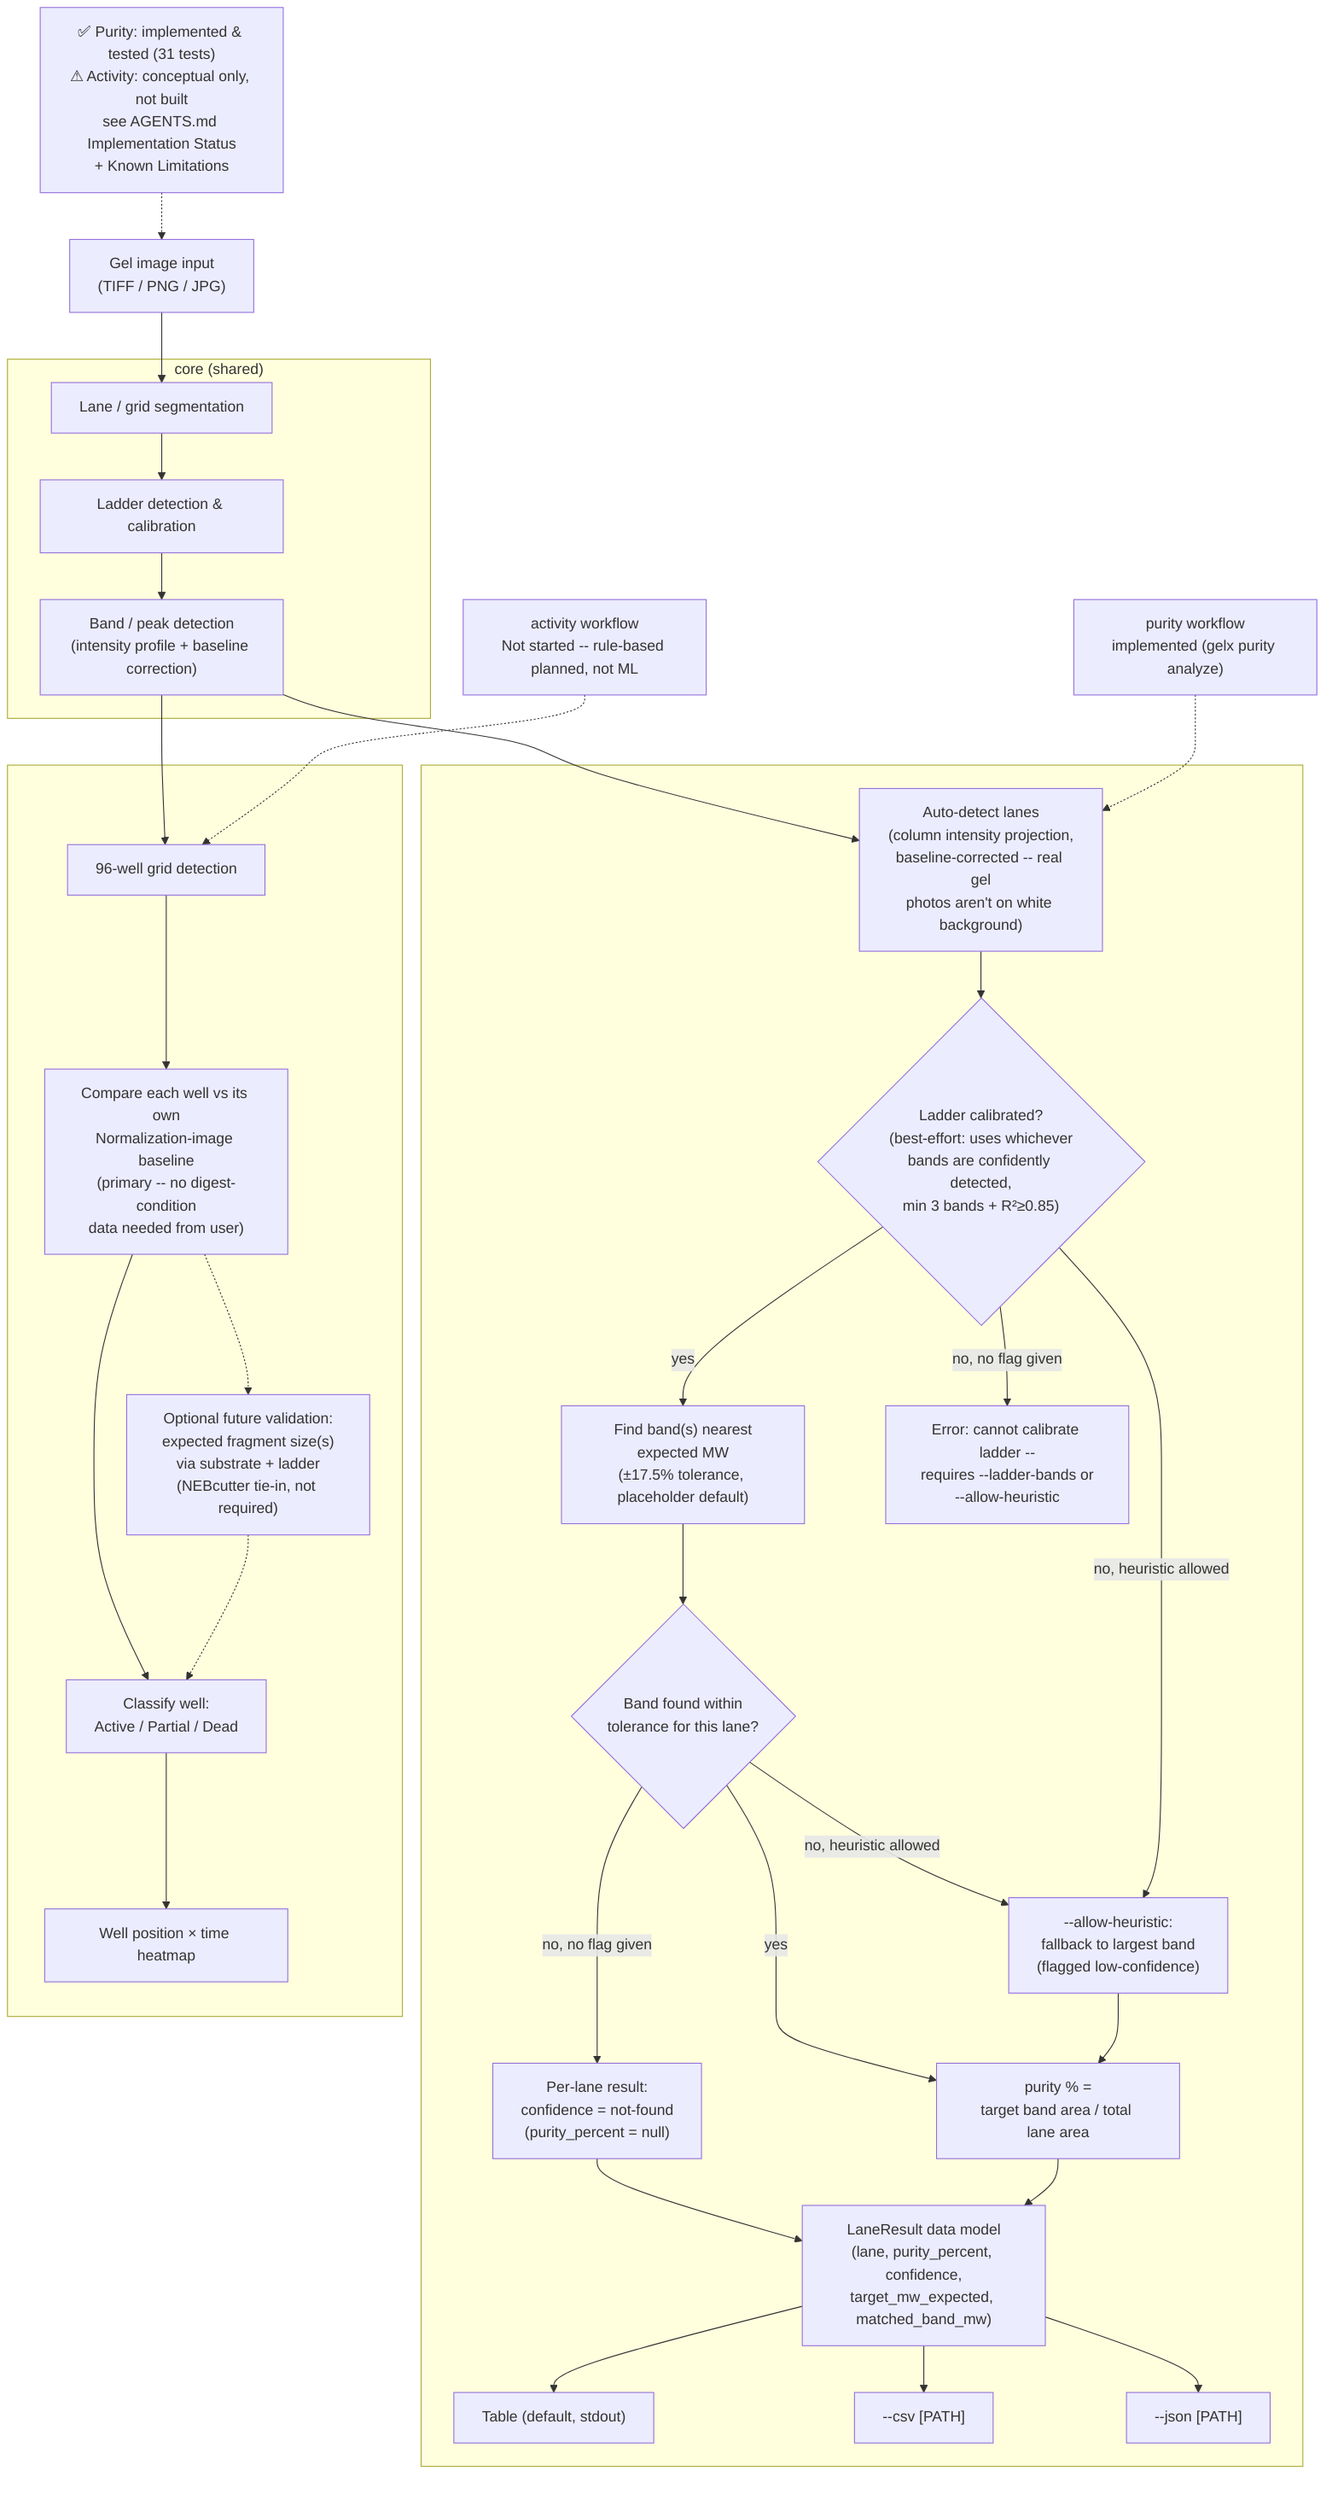
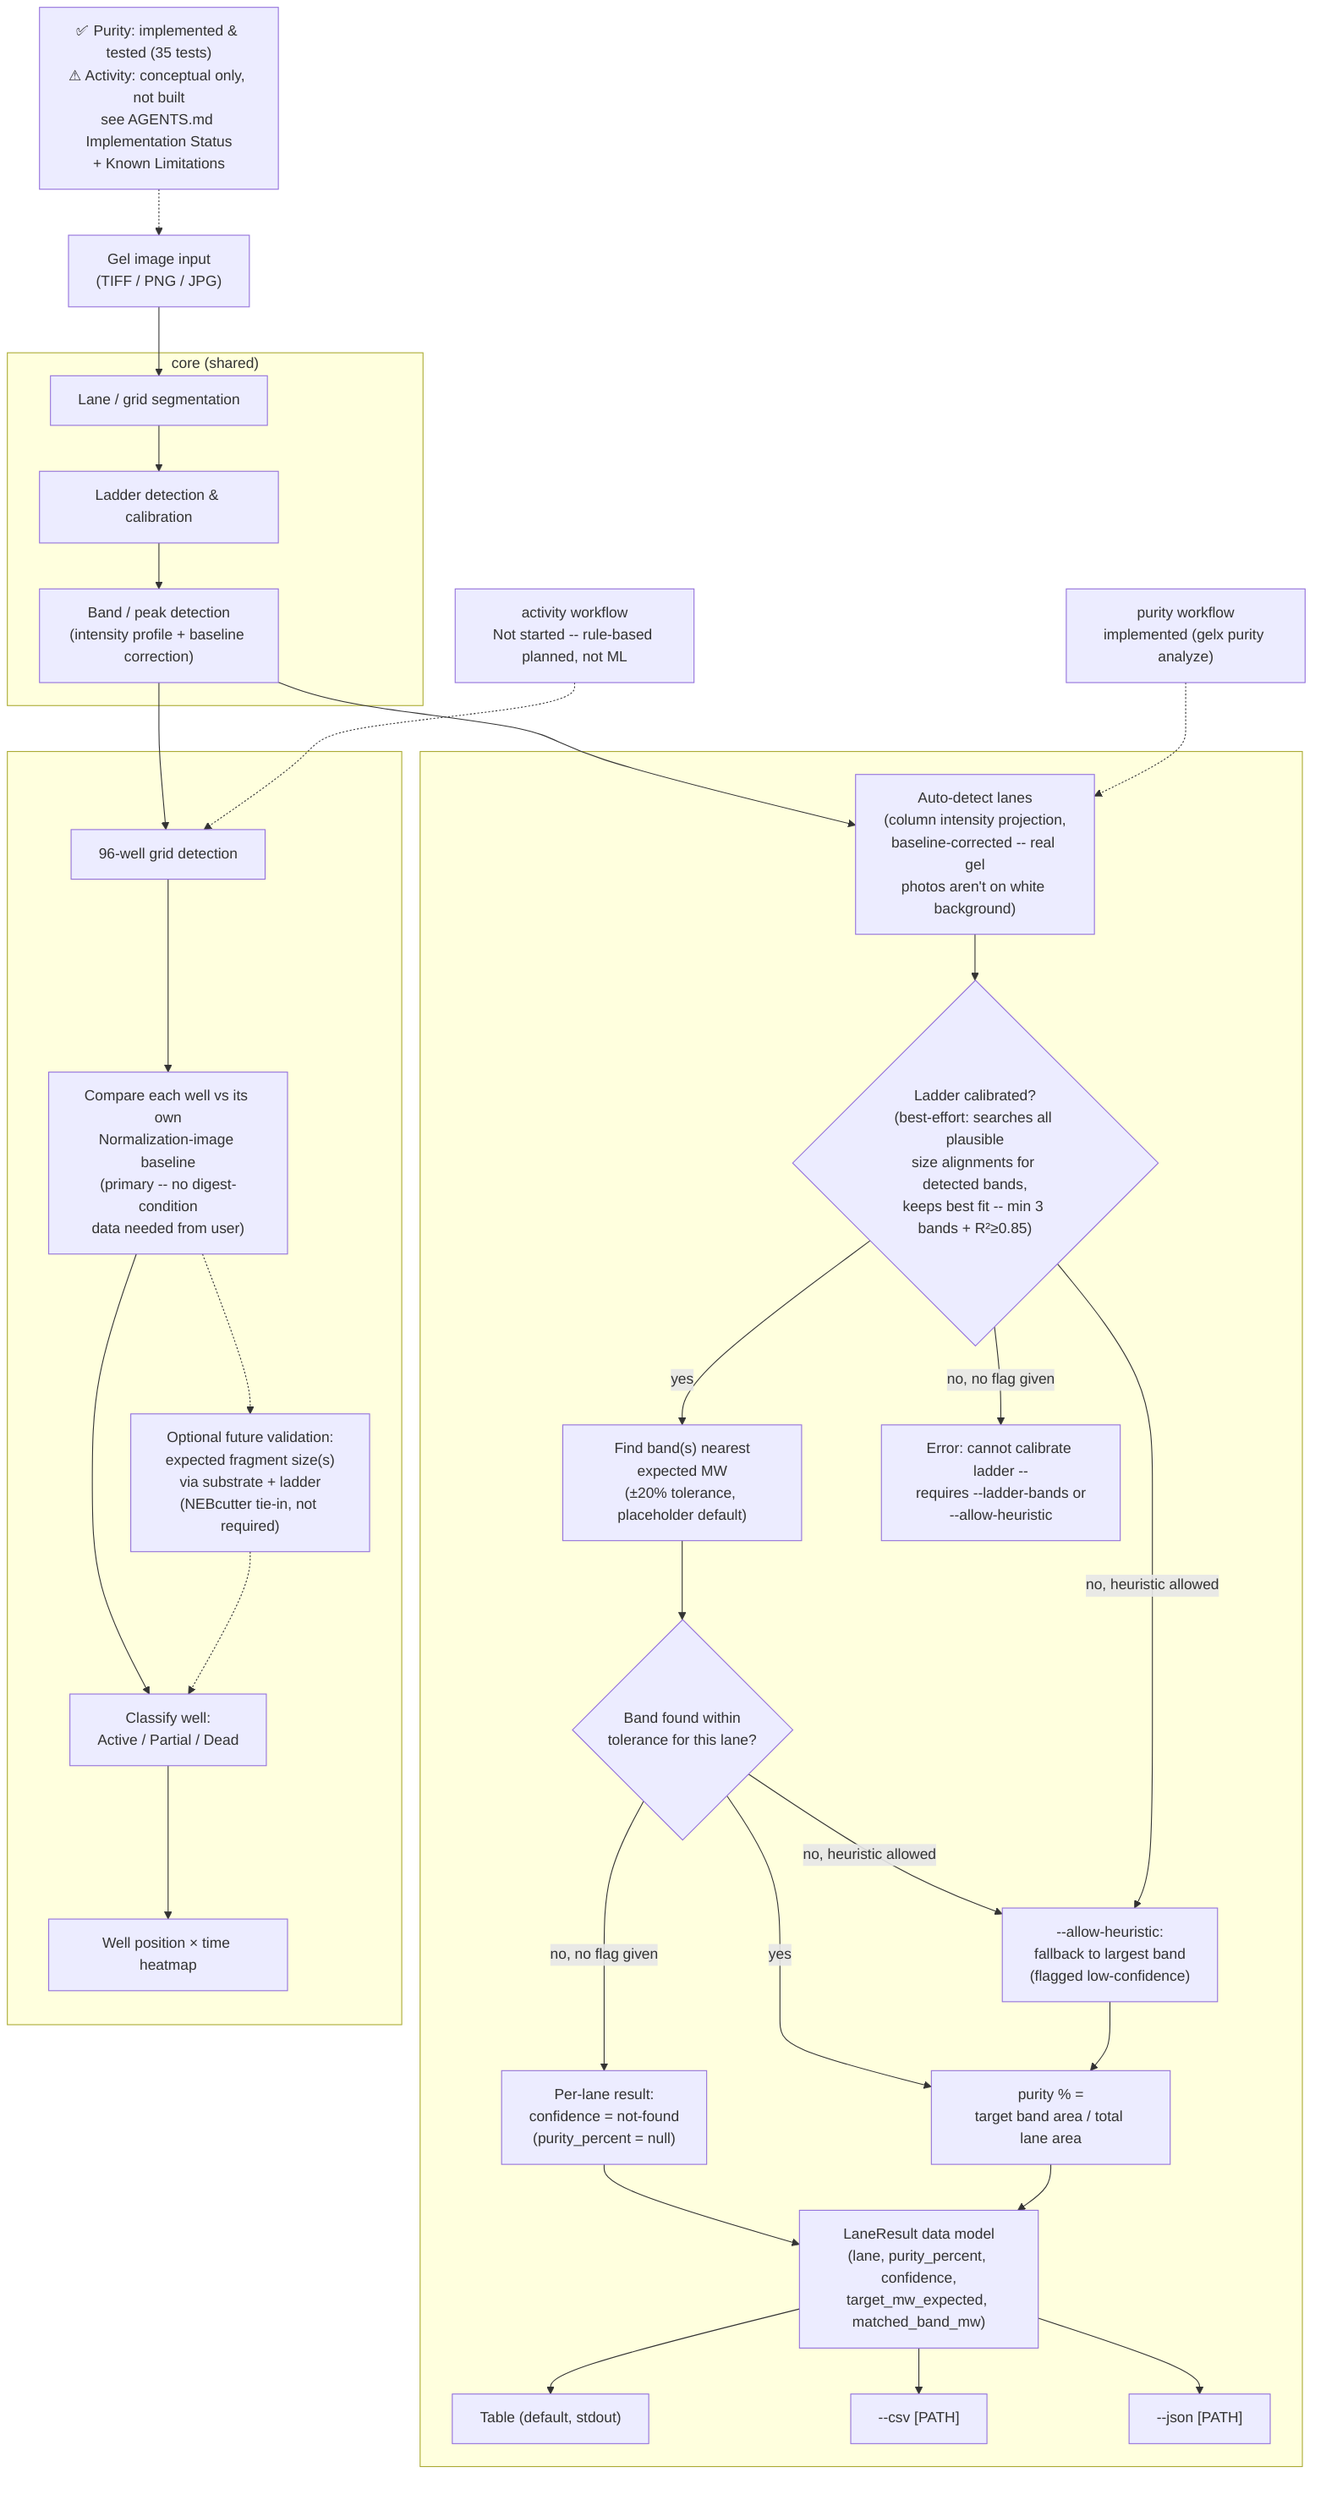
%% program-flow.mmd
%% NOTE: Reflects the purity workflow as actually implemented and tested
- %% (src/gel_extractor/, 27 tests passing) plus the activity workflow's
+ %% (src/gel_extractor/, 35 tests passing) plus the activity workflow's
%% still-conceptual design (see AGENTS.md "Design Decisions" and
%% "Implementation Status"). Not a full class/sequence diagram -- still a
%% data-flow sketch, just one grounded in working code on the purity side.

flowchart TD
-     Note["✅ Purity: implemented & tested (31 tests)<br/>⚠ Activity: conceptual only, not built<br/>see AGENTS.md Implementation Status<br/>+ Known Limitations"]
+     Note["✅ Purity: implemented & tested (35 tests)<br/>⚠ Activity: conceptual only, not built<br/>see AGENTS.md Implementation Status<br/>+ Known Limitations"]

    Input["Gel image input<br/>(TIFF / PNG / JPG)"]

    subgraph Core["core (shared)"]
        Seg["Lane / grid segmentation"]
        Ladder["Ladder detection & calibration"]
        BandDet["Band / peak detection<br/>(intensity profile + baseline correction)"]
    end

    PurityLabel["purity workflow<br/>implemented (gelx purity analyze)"]
    subgraph PurityWF[" "]
        AutoLane["Auto-detect lanes<br/>(column intensity projection,<br/>baseline-corrected -- real gel<br/>photos aren't on white background)"]
-         LadderCal{"Ladder calibrated?<br/>(best-effort: uses whichever<br/>bands are confidently detected,<br/>min 3 bands + R²≥0.85)"}
-         MWMatch["Find band(s) nearest<br/>expected MW<br/>(±17.5% tolerance, placeholder default)"]
+         LadderCal{"Ladder calibrated?<br/>(best-effort: searches all plausible<br/>size alignments for detected bands,<br/>keeps best fit -- min 3 bands + R²≥0.85)"}
+         MWMatch["Find band(s) nearest<br/>expected MW<br/>(±20% tolerance, placeholder default)"]
        MatchFound{"Band found within<br/>tolerance for this lane?"}
        NotFound["Per-lane result:<br/>confidence = not-found<br/>(purity_percent = null)"]
        Heuristic["--allow-heuristic:<br/>fallback to largest band<br/>(flagged low-confidence)"]
        ErrorOut["Error: cannot calibrate ladder --<br/>requires --ladder-bands or<br/>--allow-heuristic"]
        PurityCalc["purity % =<br/>target band area / total lane area"]
        LaneResult["LaneResult data model<br/>(lane, purity_percent, confidence,<br/>target_mw_expected, matched_band_mw)"]
        TableOut["Table (default, stdout)"]
        CsvOut["--csv [PATH]"]
        JsonOut["--json [PATH]"]
    end

    ActivityLabel["activity workflow<br/>Not started -- rule-based planned, not ML"]
    subgraph ActivityWF[" "]
        GridDet["96-well grid detection"]
        Baseline["Compare each well vs its own<br/>Normalization-image baseline<br/>(primary -- no digest-condition<br/>data needed from user)"]
        ExpectedFrag["Optional future validation:<br/>expected fragment size(s)<br/>via substrate + ladder<br/>(NEBcutter tie-in, not required)"]
        Classify["Classify well:<br/>Active / Partial / Dead"]
        Heatmap["Well position × time heatmap"]
    end

    Note -.-> Input
    Input --> Seg --> Ladder --> BandDet

    BandDet --> AutoLane
    BandDet --> GridDet
    PurityLabel -.-> AutoLane
    ActivityLabel -.-> GridDet
    AutoLane --> LadderCal
    LadderCal -- yes --> MWMatch --> MatchFound
    MatchFound -- yes --> PurityCalc
    MatchFound -- "no, heuristic allowed" --> Heuristic --> PurityCalc
    MatchFound -- "no, no flag given" --> NotFound --> LaneResult
    LadderCal -- "no, heuristic allowed" --> Heuristic
    LadderCal -- "no, no flag given" --> ErrorOut
    PurityCalc --> LaneResult
    LaneResult --> TableOut
    LaneResult --> CsvOut
    LaneResult --> JsonOut
    GridDet --> Baseline --> Classify --> Heatmap
    Baseline -.-> ExpectedFrag -.-> Classify
